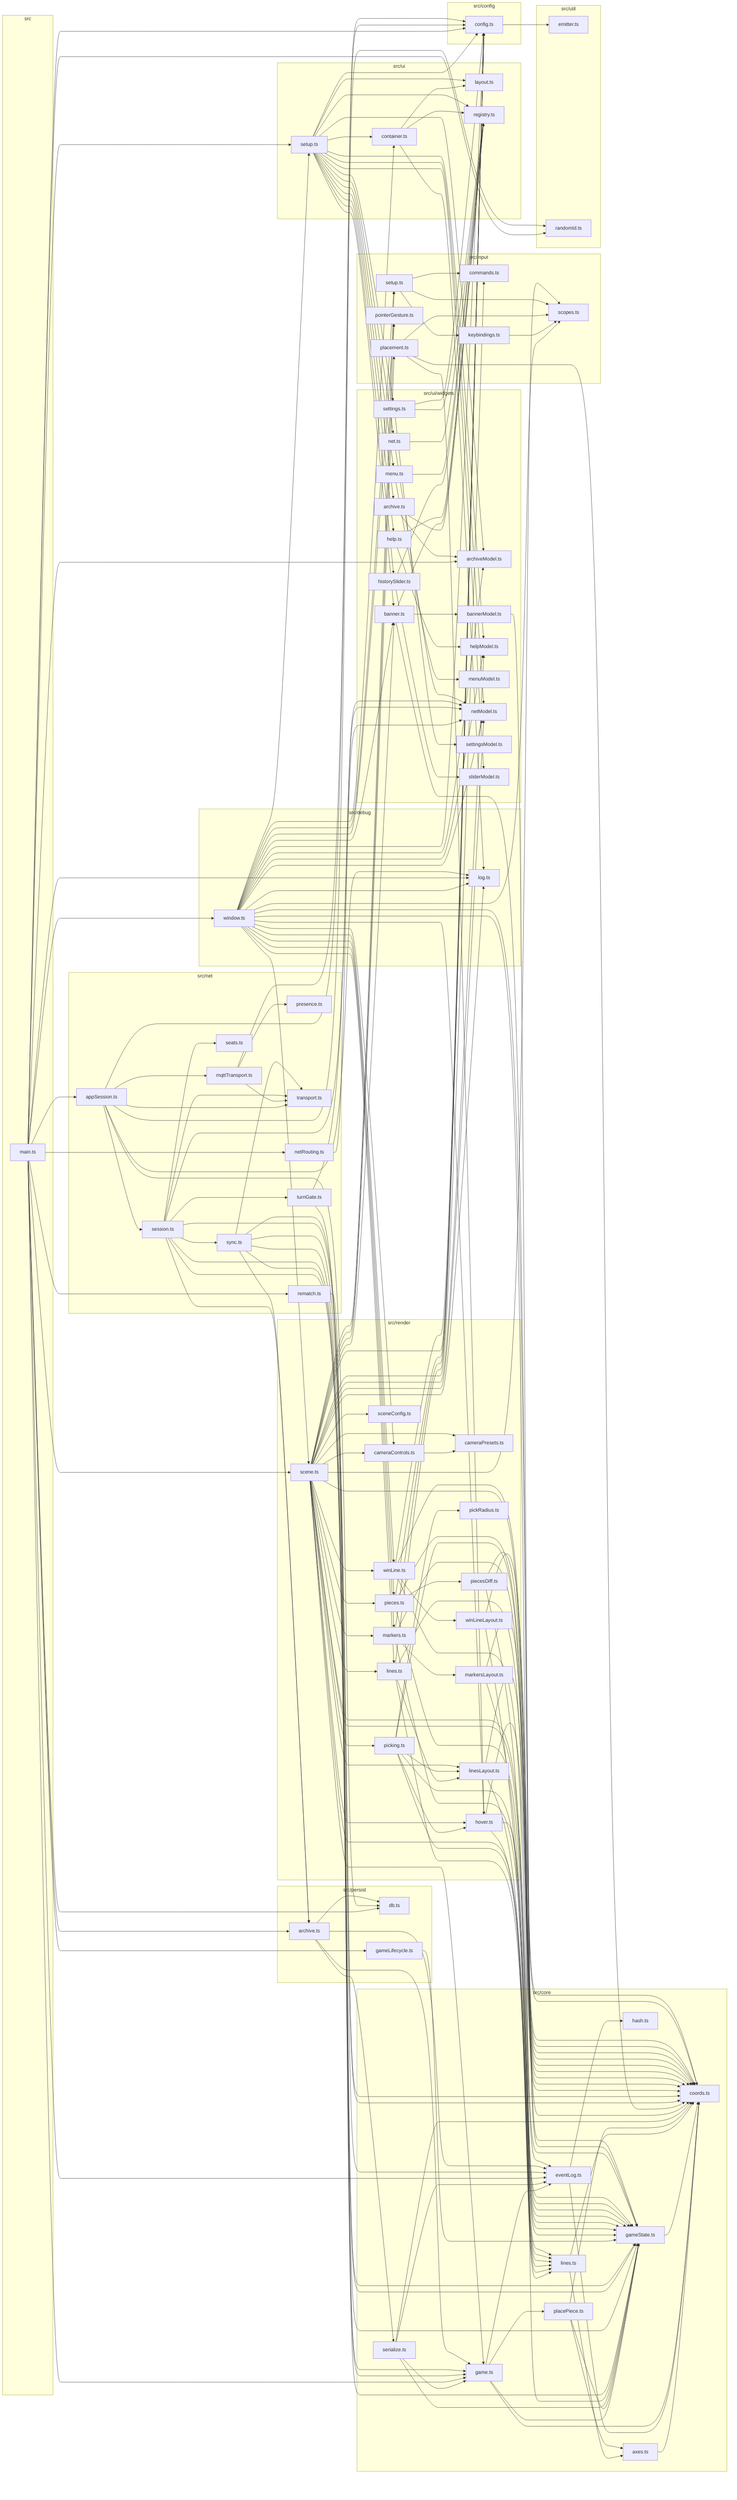
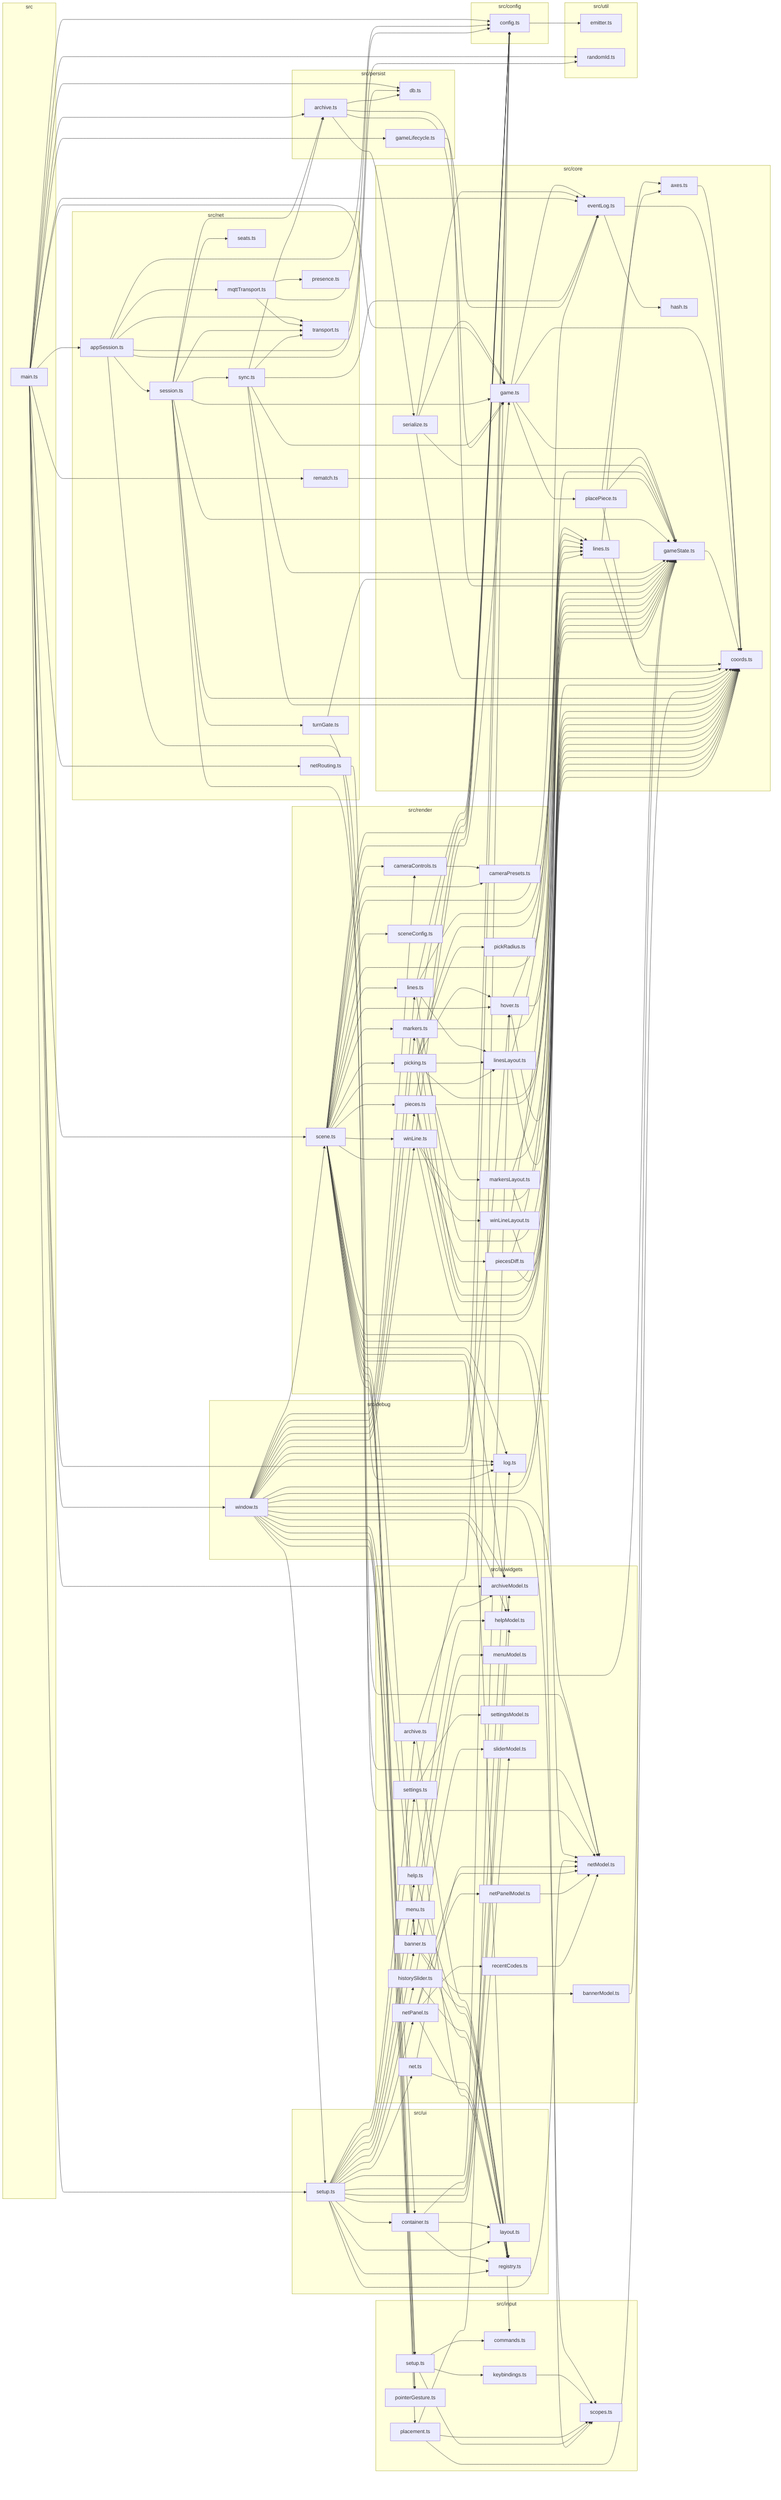
graph LR
    subgraph src
        src_main_ts["main.ts"]
    end
    subgraph src/config
        src_config_config_ts["config.ts"]
    end
    subgraph src/core
        src_core_axes_ts["axes.ts"]
        src_core_coords_ts["coords.ts"]
        src_core_eventLog_ts["eventLog.ts"]
        src_core_game_ts["game.ts"]
        src_core_gameState_ts["gameState.ts"]
        src_core_hash_ts["hash.ts"]
        src_core_lines_ts["lines.ts"]
        src_core_placePiece_ts["placePiece.ts"]
        src_core_serialize_ts["serialize.ts"]
    end
    subgraph src/debug
        src_debug_log_ts["log.ts"]
        src_debug_window_ts["window.ts"]
    end
    subgraph src/input
        src_input_commands_ts["commands.ts"]
        src_input_keybindings_ts["keybindings.ts"]
        src_input_placement_ts["placement.ts"]
        src_input_pointerGesture_ts["pointerGesture.ts"]
        src_input_scopes_ts["scopes.ts"]
        src_input_setup_ts["setup.ts"]
    end
    subgraph src/net
        src_net_appSession_ts["appSession.ts"]
        src_net_mqttTransport_ts["mqttTransport.ts"]
        src_net_netRouting_ts["netRouting.ts"]
        src_net_presence_ts["presence.ts"]
        src_net_rematch_ts["rematch.ts"]
        src_net_seats_ts["seats.ts"]
        src_net_session_ts["session.ts"]
        src_net_sync_ts["sync.ts"]
        src_net_transport_ts["transport.ts"]
        src_net_turnGate_ts["turnGate.ts"]
    end
    subgraph src/persist
        src_persist_archive_ts["archive.ts"]
        src_persist_db_ts["db.ts"]
        src_persist_gameLifecycle_ts["gameLifecycle.ts"]
    end
    subgraph src/render
        src_render_cameraControls_ts["cameraControls.ts"]
        src_render_cameraPresets_ts["cameraPresets.ts"]
        src_render_hover_ts["hover.ts"]
        src_render_lines_ts["lines.ts"]
        src_render_linesLayout_ts["linesLayout.ts"]
        src_render_markers_ts["markers.ts"]
        src_render_markersLayout_ts["markersLayout.ts"]
        src_render_pickRadius_ts["pickRadius.ts"]
        src_render_picking_ts["picking.ts"]
        src_render_pieces_ts["pieces.ts"]
        src_render_piecesDiff_ts["piecesDiff.ts"]
        src_render_scene_ts["scene.ts"]
        src_render_sceneConfig_ts["sceneConfig.ts"]
        src_render_winLine_ts["winLine.ts"]
        src_render_winLineLayout_ts["winLineLayout.ts"]
    end
    subgraph src/ui
        src_ui_container_ts["container.ts"]
        src_ui_layout_ts["layout.ts"]
        src_ui_registry_ts["registry.ts"]
        src_ui_setup_ts["setup.ts"]
    end
    subgraph src/ui/widgets
        src_ui_widgets_archive_ts["archive.ts"]
        src_ui_widgets_archiveModel_ts["archiveModel.ts"]
        src_ui_widgets_banner_ts["banner.ts"]
        src_ui_widgets_bannerModel_ts["bannerModel.ts"]
        src_ui_widgets_help_ts["help.ts"]
        src_ui_widgets_helpModel_ts["helpModel.ts"]
        src_ui_widgets_historySlider_ts["historySlider.ts"]
        src_ui_widgets_menu_ts["menu.ts"]
        src_ui_widgets_menuModel_ts["menuModel.ts"]
        src_ui_widgets_net_ts["net.ts"]
        src_ui_widgets_netModel_ts["netModel.ts"]
+         src_ui_widgets_netPanel_ts["netPanel.ts"]
+         src_ui_widgets_netPanelModel_ts["netPanelModel.ts"]
+         src_ui_widgets_recentCodes_ts["recentCodes.ts"]
        src_ui_widgets_settings_ts["settings.ts"]
        src_ui_widgets_settingsModel_ts["settingsModel.ts"]
        src_ui_widgets_sliderModel_ts["sliderModel.ts"]
    end
    subgraph src/util
        src_util_emitter_ts["emitter.ts"]
        src_util_randomId_ts["randomId.ts"]
    end
    src_config_config_ts --> src_util_emitter_ts
    src_core_axes_ts --> src_core_coords_ts
    src_core_eventLog_ts --> src_core_coords_ts
    src_core_eventLog_ts --> src_core_hash_ts
    src_core_game_ts --> src_core_coords_ts
    src_core_game_ts --> src_core_eventLog_ts
    src_core_game_ts --> src_core_gameState_ts
    src_core_game_ts --> src_core_placePiece_ts
    src_core_gameState_ts --> src_core_coords_ts
    src_core_lines_ts --> src_core_axes_ts
    src_core_lines_ts --> src_core_coords_ts
    src_core_placePiece_ts --> src_core_axes_ts
    src_core_placePiece_ts --> src_core_coords_ts
    src_core_placePiece_ts --> src_core_gameState_ts
    src_core_serialize_ts --> src_core_coords_ts
    src_core_serialize_ts --> src_core_eventLog_ts
    src_core_serialize_ts --> src_core_game_ts
    src_core_serialize_ts --> src_core_gameState_ts
    src_debug_window_ts --> src_config_config_ts
    src_debug_window_ts --> src_core_coords_ts
    src_debug_window_ts --> src_core_gameState_ts
    src_debug_window_ts --> src_debug_log_ts
    src_debug_window_ts --> src_input_pointerGesture_ts
    src_debug_window_ts --> src_input_scopes_ts
    src_debug_window_ts --> src_input_setup_ts
    src_debug_window_ts --> src_render_cameraControls_ts
    src_debug_window_ts --> src_render_hover_ts
    src_debug_window_ts --> src_render_lines_ts
    src_debug_window_ts --> src_render_markers_ts
    src_debug_window_ts --> src_render_pieces_ts
    src_debug_window_ts --> src_render_scene_ts
    src_debug_window_ts --> src_render_winLine_ts
    src_debug_window_ts --> src_ui_container_ts
    src_debug_window_ts --> src_ui_setup_ts
    src_debug_window_ts --> src_ui_widgets_archiveModel_ts
    src_debug_window_ts --> src_ui_widgets_banner_ts
    src_debug_window_ts --> src_ui_widgets_helpModel_ts
    src_debug_window_ts --> src_ui_widgets_netModel_ts
    src_input_keybindings_ts --> src_input_scopes_ts
    src_input_placement_ts --> src_core_coords_ts
    src_input_placement_ts --> src_input_scopes_ts
    src_input_placement_ts --> src_render_hover_ts
    src_input_setup_ts --> src_input_commands_ts
    src_input_setup_ts --> src_input_keybindings_ts
    src_input_setup_ts --> src_input_scopes_ts
    src_main_ts --> src_config_config_ts
    src_main_ts --> src_core_eventLog_ts
    src_main_ts --> src_core_game_ts
    src_main_ts --> src_debug_log_ts
    src_main_ts --> src_debug_window_ts
    src_main_ts --> src_net_appSession_ts
    src_main_ts --> src_net_netRouting_ts
    src_main_ts --> src_net_rematch_ts
    src_main_ts --> src_persist_archive_ts
    src_main_ts --> src_persist_db_ts
    src_main_ts --> src_persist_gameLifecycle_ts
    src_main_ts --> src_render_scene_ts
    src_main_ts --> src_ui_setup_ts
    src_main_ts --> src_ui_widgets_archiveModel_ts
    src_main_ts --> src_util_randomId_ts
    src_net_appSession_ts --> src_config_config_ts
    src_net_appSession_ts --> src_debug_log_ts
    src_net_appSession_ts --> src_net_mqttTransport_ts
    src_net_appSession_ts --> src_net_session_ts
    src_net_appSession_ts --> src_net_transport_ts
    src_net_appSession_ts --> src_persist_db_ts
    src_net_appSession_ts --> src_util_randomId_ts
    src_net_mqttTransport_ts --> src_config_config_ts
    src_net_mqttTransport_ts --> src_net_presence_ts
    src_net_mqttTransport_ts --> src_net_transport_ts
    src_net_netRouting_ts --> src_ui_widgets_netModel_ts
    src_net_rematch_ts --> src_core_gameState_ts
    src_net_session_ts --> src_core_coords_ts
    src_net_session_ts --> src_core_game_ts
    src_net_session_ts --> src_core_gameState_ts
    src_net_session_ts --> src_net_seats_ts
    src_net_session_ts --> src_net_sync_ts
    src_net_session_ts --> src_net_transport_ts
    src_net_session_ts --> src_net_turnGate_ts
    src_net_session_ts --> src_persist_archive_ts
    src_net_session_ts --> src_ui_widgets_netModel_ts
    src_net_sync_ts --> src_core_coords_ts
    src_net_sync_ts --> src_core_eventLog_ts
    src_net_sync_ts --> src_core_game_ts
    src_net_sync_ts --> src_core_gameState_ts
    src_net_sync_ts --> src_net_transport_ts
    src_net_sync_ts --> src_persist_archive_ts
    src_net_turnGate_ts --> src_core_gameState_ts
    src_net_turnGate_ts --> src_ui_widgets_netModel_ts
    src_persist_archive_ts --> src_core_eventLog_ts
    src_persist_archive_ts --> src_core_game_ts
    src_persist_archive_ts --> src_core_serialize_ts
    src_persist_archive_ts --> src_persist_db_ts
    src_persist_gameLifecycle_ts --> src_core_gameState_ts
    src_render_cameraControls_ts --> src_render_cameraPresets_ts
    src_render_hover_ts --> src_core_coords_ts
    src_render_hover_ts --> src_core_gameState_ts
    src_render_hover_ts --> src_core_lines_ts
    src_render_lines_ts --> src_config_config_ts
    src_render_lines_ts --> src_core_coords_ts
    src_render_lines_ts --> src_core_lines_ts
    src_render_lines_ts --> src_render_linesLayout_ts
    src_render_linesLayout_ts --> src_core_coords_ts
    src_render_linesLayout_ts --> src_core_lines_ts
    src_render_markers_ts --> src_config_config_ts
    src_render_markers_ts --> src_core_coords_ts
    src_render_markers_ts --> src_core_gameState_ts
    src_render_markers_ts --> src_render_markersLayout_ts
    src_render_markersLayout_ts --> src_core_coords_ts
    src_render_markersLayout_ts --> src_core_gameState_ts
    src_render_picking_ts --> src_core_coords_ts
    src_render_picking_ts --> src_core_gameState_ts
    src_render_picking_ts --> src_core_lines_ts
    src_render_picking_ts --> src_render_hover_ts
    src_render_picking_ts --> src_render_linesLayout_ts
    src_render_picking_ts --> src_render_pickRadius_ts
    src_render_pieces_ts --> src_config_config_ts
    src_render_pieces_ts --> src_core_coords_ts
    src_render_pieces_ts --> src_core_gameState_ts
    src_render_pieces_ts --> src_render_piecesDiff_ts
    src_render_piecesDiff_ts --> src_core_coords_ts
    src_render_piecesDiff_ts --> src_core_gameState_ts
    src_render_scene_ts --> src_config_config_ts
    src_render_scene_ts --> src_core_coords_ts
    src_render_scene_ts --> src_core_eventLog_ts
    src_render_scene_ts --> src_core_game_ts
    src_render_scene_ts --> src_core_gameState_ts
    src_render_scene_ts --> src_core_lines_ts
    src_render_scene_ts --> src_debug_log_ts
    src_render_scene_ts --> src_input_commands_ts
    src_render_scene_ts --> src_input_placement_ts
    src_render_scene_ts --> src_input_pointerGesture_ts
    src_render_scene_ts --> src_input_scopes_ts
    src_render_scene_ts --> src_input_setup_ts
    src_render_scene_ts --> src_render_cameraControls_ts
    src_render_scene_ts --> src_render_cameraPresets_ts
    src_render_scene_ts --> src_render_hover_ts
    src_render_scene_ts --> src_render_lines_ts
    src_render_scene_ts --> src_render_linesLayout_ts
    src_render_scene_ts --> src_render_markers_ts
    src_render_scene_ts --> src_render_picking_ts
    src_render_scene_ts --> src_render_pieces_ts
    src_render_scene_ts --> src_render_sceneConfig_ts
    src_render_scene_ts --> src_render_winLine_ts
    src_render_scene_ts --> src_ui_widgets_banner_ts
    src_render_scene_ts --> src_ui_widgets_helpModel_ts
    src_render_scene_ts --> src_ui_widgets_netModel_ts
    src_render_winLine_ts --> src_config_config_ts
    src_render_winLine_ts --> src_core_coords_ts
    src_render_winLine_ts --> src_core_gameState_ts
    src_render_winLine_ts --> src_render_winLineLayout_ts
    src_render_winLineLayout_ts --> src_core_coords_ts
    src_render_winLineLayout_ts --> src_core_lines_ts
    src_ui_container_ts --> src_debug_log_ts
    src_ui_container_ts --> src_ui_layout_ts
    src_ui_container_ts --> src_ui_registry_ts
    src_ui_setup_ts --> src_config_config_ts
    src_ui_setup_ts --> src_ui_container_ts
    src_ui_setup_ts --> src_ui_layout_ts
    src_ui_setup_ts --> src_ui_registry_ts
    src_ui_setup_ts --> src_ui_widgets_archive_ts
    src_ui_setup_ts --> src_ui_widgets_archiveModel_ts
    src_ui_setup_ts --> src_ui_widgets_banner_ts
    src_ui_setup_ts --> src_ui_widgets_help_ts
    src_ui_setup_ts --> src_ui_widgets_helpModel_ts
    src_ui_setup_ts --> src_ui_widgets_historySlider_ts
    src_ui_setup_ts --> src_ui_widgets_menu_ts
    src_ui_setup_ts --> src_ui_widgets_net_ts
    src_ui_setup_ts --> src_ui_widgets_netModel_ts
+     src_ui_setup_ts --> src_ui_widgets_netPanel_ts
    src_ui_setup_ts --> src_ui_widgets_settings_ts
    src_ui_setup_ts --> src_ui_widgets_sliderModel_ts
    src_ui_widgets_archive_ts --> src_ui_registry_ts
    src_ui_widgets_archive_ts --> src_ui_widgets_archiveModel_ts
    src_ui_widgets_banner_ts --> src_core_gameState_ts
    src_ui_widgets_banner_ts --> src_ui_registry_ts
    src_ui_widgets_banner_ts --> src_ui_widgets_bannerModel_ts
    src_ui_widgets_bannerModel_ts --> src_core_gameState_ts
    src_ui_widgets_help_ts --> src_ui_registry_ts
    src_ui_widgets_help_ts --> src_ui_widgets_helpModel_ts
    src_ui_widgets_historySlider_ts --> src_ui_registry_ts
    src_ui_widgets_historySlider_ts --> src_ui_widgets_sliderModel_ts
    src_ui_widgets_menu_ts --> src_ui_registry_ts
    src_ui_widgets_menu_ts --> src_ui_widgets_menuModel_ts
    src_ui_widgets_net_ts --> src_ui_registry_ts
    src_ui_widgets_net_ts --> src_ui_widgets_netModel_ts
+     src_ui_widgets_netPanel_ts --> src_ui_registry_ts
+     src_ui_widgets_netPanel_ts --> src_ui_widgets_netModel_ts
+     src_ui_widgets_netPanel_ts --> src_ui_widgets_netPanelModel_ts
+     src_ui_widgets_netPanel_ts --> src_ui_widgets_recentCodes_ts
+     src_ui_widgets_netPanelModel_ts --> src_ui_widgets_netModel_ts
+     src_ui_widgets_recentCodes_ts --> src_ui_widgets_netModel_ts
    src_ui_widgets_settings_ts --> src_config_config_ts
    src_ui_widgets_settings_ts --> src_ui_registry_ts
    src_ui_widgets_settings_ts --> src_ui_widgets_settingsModel_ts
